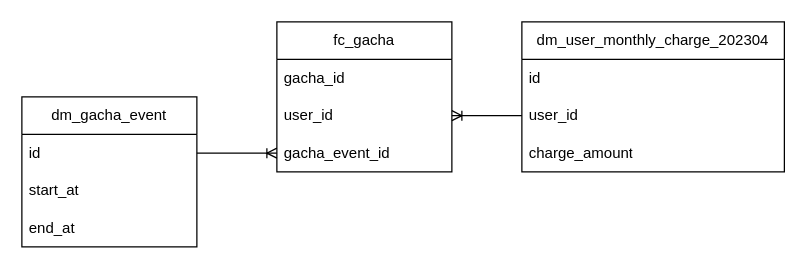
Before: docs/dbt-gacha01.drawio in MokkeMeguru/dbt-challenge, a draw.io diagram. Source tidied: cells renumbered, new cells numbered last; positions are measured from the earlier drawing's top-left corner, leaving out a move shared by most shapes. Both pictures are drawn from the tidied source at 125%, with x=0, y=0 at pixel (21, 21).
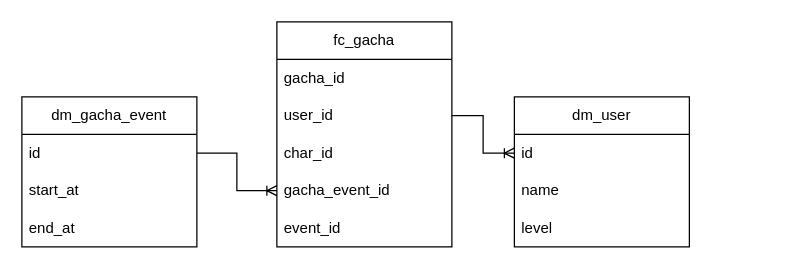
After the change.

Commit message:
dbt-gacha01.drawio を更新します

Diff of the diagram source:
```diff
@@
 <mxGraphModel>
   <root>
     <mxCell id="0" />
     <mxCell id="1" parent="0" />
     <mxCell id="2" value="fc_gacha" style="swimlane;fontStyle=0;horizontal=1;startSize=30;whiteSpace=wrap;html=1;" parent="1" vertex="1">
-      <mxGeometry x="204" width="140" height="120" as="geometry" />
+      <mxGeometry x="204" width="140" height="180" as="geometry" />
     </mxCell>
     <mxCell id="3" value="gacha_id" style="text;strokeColor=none;fillColor=none;align=left;verticalAlign=middle;spacingLeft=4;spacingRight=4;overflow=hidden;whiteSpace=wrap;html=1;" parent="2" vertex="1">
       <mxGeometry y="30" width="140" height="30" as="geometry" />
     </mxCell>
     <mxCell id="4" value="user_id" style="text;strokeColor=none;fillColor=none;align=left;verticalAlign=middle;spacingLeft=4;spacingRight=4;overflow=hidden;points=[[0,0.5],[1,0.5]];portConstraint=eastwest;whiteSpace=wrap;html=1;" parent="2" vertex="1">
       <mxGeometry y="60" width="140" height="30" as="geometry" />
     </mxCell>
+    <mxCell id="16" value="char_id" style="text;strokeColor=none;fillColor=none;align=left;verticalAlign=middle;spacingLeft=4;spacingRight=4;overflow=hidden;whiteSpace=wrap;html=1;" parent="2" vertex="1">
+      <mxGeometry y="90" width="140" height="30" as="geometry" />
+    </mxCell>
+    <mxCell id="17" value="gacha_event_id" style="text;strokeColor=none;fillColor=none;align=left;verticalAlign=middle;spacingLeft=4;spacingRight=4;overflow=hidden;points=[[0,0.5],[1,0.5]];portConstraint=eastwest;whiteSpace=wrap;html=1;" parent="2" vertex="1">
+      <mxGeometry y="120" width="140" height="30" as="geometry" />
+    </mxCell>
-    <mxCell id="5" value="gacha_event_id" style="text;strokeColor=none;fillColor=none;align=left;verticalAlign=middle;spacingLeft=4;spacingRight=4;overflow=hidden;points=[[0,0.5],[1,0.5]];portConstraint=eastwest;whiteSpace=wrap;html=1;" parent="2" vertex="1">
-      <mxGeometry y="90" width="140" height="30" as="geometry" />
+    <mxCell id="5" value="event_id" style="text;strokeColor=none;fillColor=none;align=left;verticalAlign=middle;spacingLeft=4;spacingRight=4;overflow=hidden;points=[[0,0.5],[1,0.5]];portConstraint=eastwest;whiteSpace=wrap;html=1;" parent="2" vertex="1">
+      <mxGeometry y="150" width="140" height="30" as="geometry" />
     </mxCell>
-    <mxCell id="6" value="dm_user_monthly_charge_202304" style="swimlane;fontStyle=0;horizontal=1;startSize=30;whiteSpace=wrap;html=1;" parent="1" vertex="1">
-      <mxGeometry x="400" width="210" height="120" as="geometry" />
-    </mxCell>
-    <mxCell id="7" value="id" style="text;strokeColor=none;fillColor=none;align=left;verticalAlign=middle;spacingLeft=4;spacingRight=4;overflow=hidden;points=[[0,0.5],[1,0.5]];portConstraint=eastwest;whiteSpace=wrap;html=1;" parent="6" vertex="1">
-      <mxGeometry y="30" width="210" height="30" as="geometry" />
-    </mxCell>
-    <mxCell id="8" value="user_id" style="text;strokeColor=none;fillColor=none;align=left;verticalAlign=middle;spacingLeft=4;spacingRight=4;overflow=hidden;points=[[0,0.5],[1,0.5]];portConstraint=eastwest;whiteSpace=wrap;html=1;" parent="6" vertex="1">
-      <mxGeometry y="60" width="210" height="30" as="geometry" />
-    </mxCell>
-    <mxCell id="9" value="charge_amount" style="text;strokeColor=none;fillColor=none;align=left;verticalAlign=middle;spacingLeft=4;spacingRight=4;overflow=hidden;whiteSpace=wrap;html=1;" parent="6" vertex="1">
-      <mxGeometry y="90" width="210" height="30" as="geometry" />
-    </mxCell>
-    <mxCell id="10" style="edgeStyle=entityRelationEdgeStyle;fontSize=12;html=1;endArrow=none;rounded=0;startArrow=ERoneToMany;startFill=0;endFill=0;entryX=0;entryY=0.5;entryDx=0;entryDy=0;exitX=1;exitY=0.5;exitDx=0;exitDy=0;" parent="1" edge="1" source="4" target="8">
-      <mxGeometry relative="1" as="geometry" />
-    </mxCell>
     <mxCell id="11" value="dm_gacha_event" style="swimlane;fontStyle=0;horizontal=1;startSize=30;whiteSpace=wrap;html=1;" parent="1" vertex="1">
       <mxGeometry y="60" width="140" height="120" as="geometry" />
     </mxCell>
     <mxCell id="12" value="id" style="text;strokeColor=none;fillColor=none;align=left;verticalAlign=middle;spacingLeft=4;spacingRight=4;overflow=hidden;points=[[0,0.5],[1,0.5]];portConstraint=eastwest;whiteSpace=wrap;html=1;" parent="11" vertex="1">
       <mxGeometry y="30" width="140" height="30" as="geometry" />
     </mxCell>
     <mxCell id="13" value="start_at" style="text;strokeColor=none;fillColor=none;align=left;verticalAlign=middle;spacingLeft=4;spacingRight=4;overflow=hidden;whiteSpace=wrap;html=1;" parent="11" vertex="1">
       <mxGeometry y="60" width="140" height="30" as="geometry" />
     </mxCell>
     <mxCell id="14" value="end_at" style="text;strokeColor=none;fillColor=none;align=left;verticalAlign=middle;spacingLeft=4;spacingRight=4;overflow=hidden;whiteSpace=wrap;html=1;" parent="11" vertex="1">
       <mxGeometry y="90" width="140" height="30" as="geometry" />
     </mxCell>
-    <mxCell id="15" style="edgeStyle=orthogonalEdgeStyle;rounded=0;jettySize=auto;html=1;exitX=1;exitY=0.5;exitDx=0;exitDy=0;entryX=0;entryY=0.5;entryDx=0;entryDy=0;endArrow=ERoneToMany;endFill=0;" parent="1" edge="1" source="12" target="5">
+    <mxCell id="15" style="edgeStyle=orthogonalEdgeStyle;rounded=0;jettySize=auto;html=1;exitX=1;exitY=0.5;exitDx=0;exitDy=0;entryX=0;entryY=0.5;entryDx=0;entryDy=0;endArrow=ERoneToMany;endFill=0;" parent="1" edge="1" source="12" target="17">
       <mxGeometry relative="1" as="geometry" />
     </mxCell>
+    <mxCell id="18" value="dm_user" style="swimlane;fontStyle=0;horizontal=1;startSize=30;whiteSpace=wrap;html=1;" parent="1" vertex="1">
+      <mxGeometry x="394" y="60" width="140" height="120" as="geometry" />
+    </mxCell>
+    <mxCell id="7" value="id" style="text;strokeColor=none;fillColor=none;align=left;verticalAlign=middle;spacingLeft=4;spacingRight=4;overflow=hidden;points=[[0,0.5],[1,0.5]];portConstraint=eastwest;whiteSpace=wrap;html=1;" parent="18" vertex="1">
+      <mxGeometry y="30" width="140" height="30" as="geometry" />
+    </mxCell>
+    <mxCell id="19" value="name" style="text;strokeColor=none;fillColor=none;align=left;verticalAlign=middle;spacingLeft=4;spacingRight=4;overflow=hidden;whiteSpace=wrap;html=1;" parent="18" vertex="1">
+      <mxGeometry y="60" width="140" height="30" as="geometry" />
+    </mxCell>
+    <mxCell id="20" value="level" style="text;strokeColor=none;fillColor=none;align=left;verticalAlign=middle;spacingLeft=4;spacingRight=4;overflow=hidden;whiteSpace=wrap;html=1;" parent="18" vertex="1">
+      <mxGeometry y="90" width="140" height="30" as="geometry" />
+    </mxCell>
+    <mxCell id="21" style="edgeStyle=orthogonalEdgeStyle;rounded=0;jettySize=auto;html=1;exitX=0;exitY=0.5;exitDx=0;exitDy=0;entryX=1;entryY=0.5;entryDx=0;entryDy=0;startArrow=ERoneToMany;startFill=0;endArrow=none;endFill=0;" parent="1" edge="1" source="7" target="4">
+      <mxGeometry relative="1" as="geometry" />
+    </mxCell>
   </root>
 </mxGraphModel>
```
